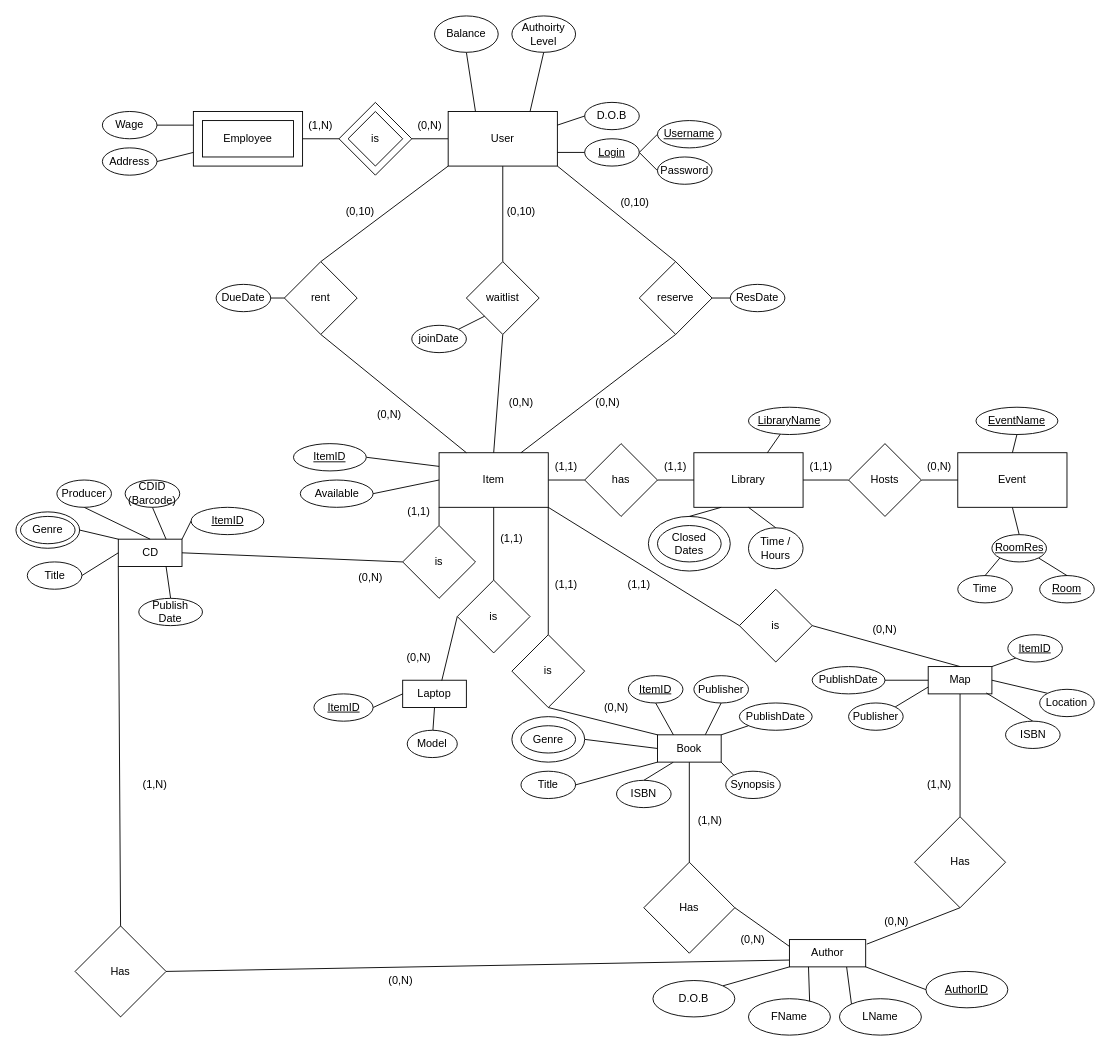
Earlier version of the draw.io diagram docs/ER_Diagram.drawio (NoahC77/cs4347-library-project). Source tidied: cells renumbered, new cells numbered last; positions are measured from the earlier drawing's top-left corner, leaving out a move shared by most shapes. Both pictures are drawn from the tidied source at 91%, with x=0, y=0 at pixel (15, 15).
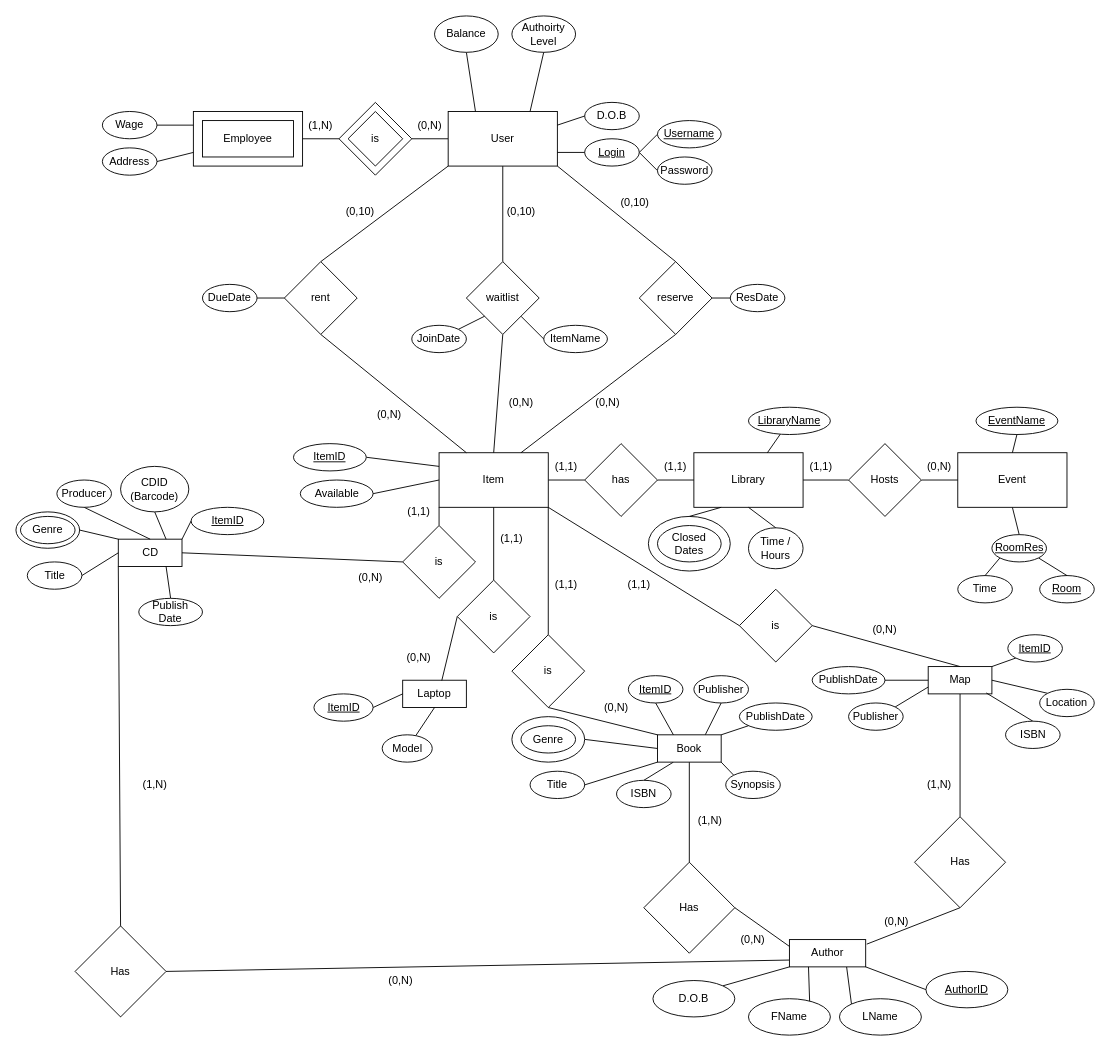
The same diagram, later.

Commit message:
ROUND 3 NEWEST VERSION 9:24

Final copy

The change refers to these unchanged cells:
```xml
<mxCell id="152" value="waitlist" style="rhombus;whiteSpace=wrap;html=1;" parent="1" vertex="1">
  <mxGeometry x="495" y="270" width="80" height="80" as="geometry" />
</mxCell>
```

What changed in the source:
```diff
@@
     <mxCell id="64" value="Title" style="ellipse;whiteSpace=wrap;html=1;" parent="1" vertex="1">
-      <mxGeometry x="555" y="830" width="60" height="30" as="geometry" />
+      <mxGeometry x="565" y="830" width="60" height="30" as="geometry" />
     </mxCell>
@@
     <mxCell id="79" value="Model" style="ellipse;whiteSpace=wrap;html=1;" parent="1" vertex="1">
-      <mxGeometry x="430" y="785" width="55" height="30" as="geometry" />
+      <mxGeometry x="402.5" y="790" width="55" height="30" as="geometry" />
     </mxCell>
@@
     <mxCell id="99" value="DueDate" style="ellipse;whiteSpace=wrap;html=1;" parent="1" vertex="1">
-      <mxGeometry x="220" y="295" width="60" height="30" as="geometry" />
+      <mxGeometry x="205" y="295" width="60" height="30" as="geometry" />
     </mxCell>
@@
     <mxCell id="124" value="CDID (Barcode)" style="ellipse;whiteSpace=wrap;html=1;" parent="1" vertex="1">
-      <mxGeometry x="120" y="510" width="60" height="30" as="geometry" />
+      <mxGeometry x="115" y="495" width="75" height="50" as="geometry" />
     </mxCell>
@@
+    <mxCell id="170" style="edgeStyle=none;html=1;exitX=1;exitY=1;exitDx=0;exitDy=0;endArrow=none;endFill=0;entryX=0;entryY=0.5;entryDx=0;entryDy=0;" parent="1" edge="1" source="152" target="171">
+      <mxGeometry relative="1" as="geometry" />
+    </mxCell>
@@
-    <mxCell id="163" value="joinDate" style="ellipse;whiteSpace=wrap;html=1;" parent="1" vertex="1">
+    <mxCell id="163" value="JoinDate" style="ellipse;whiteSpace=wrap;html=1;" parent="1" vertex="1">
       <mxGeometry x="435" y="340" width="60" height="30" as="geometry" />
     </mxCell>
@@
+    <mxCell id="171" value="ItemName" style="ellipse;whiteSpace=wrap;html=1;" parent="1" vertex="1">
+      <mxGeometry x="580" y="340" width="70" height="30" as="geometry" />
+    </mxCell>
```
